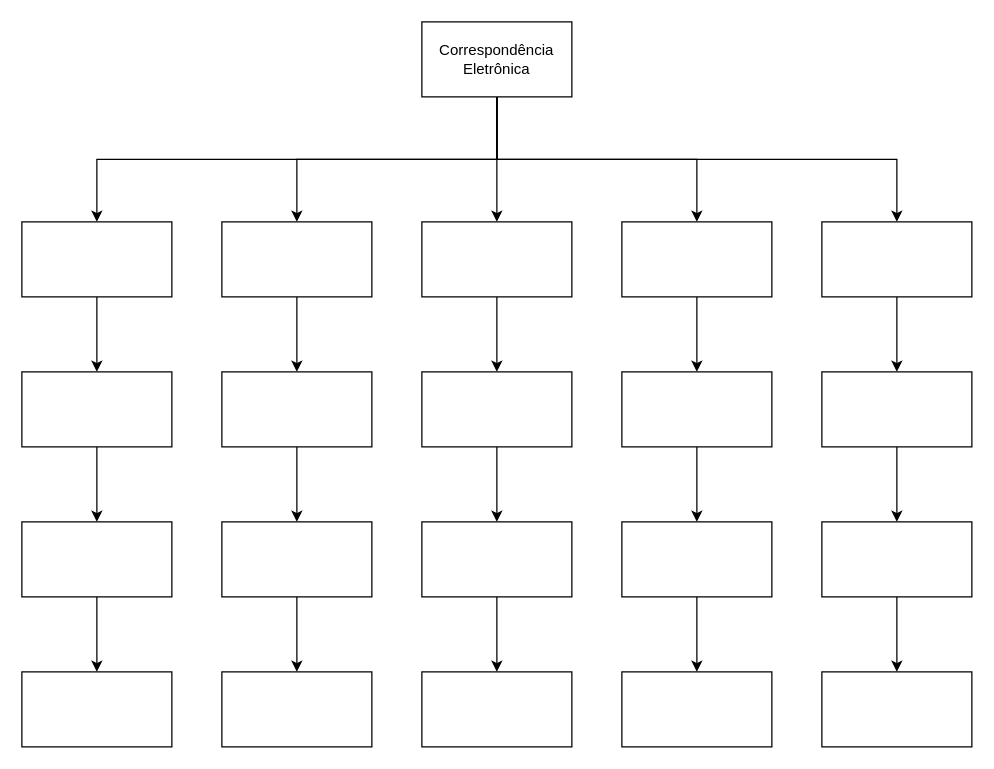
John-The-Fox/4-semestre keeps this draw.io diagram as AVA 01-10-2023.drawio. Above is the earlier version. Source tidied: cells renumbered, new cells numbered last; positions are measured from the earlier drawing's top-left corner, leaving out a move shared by most shapes. Both pictures are drawn from the tidied source at 125%, with x=0, y=0 at pixel (21, 21).
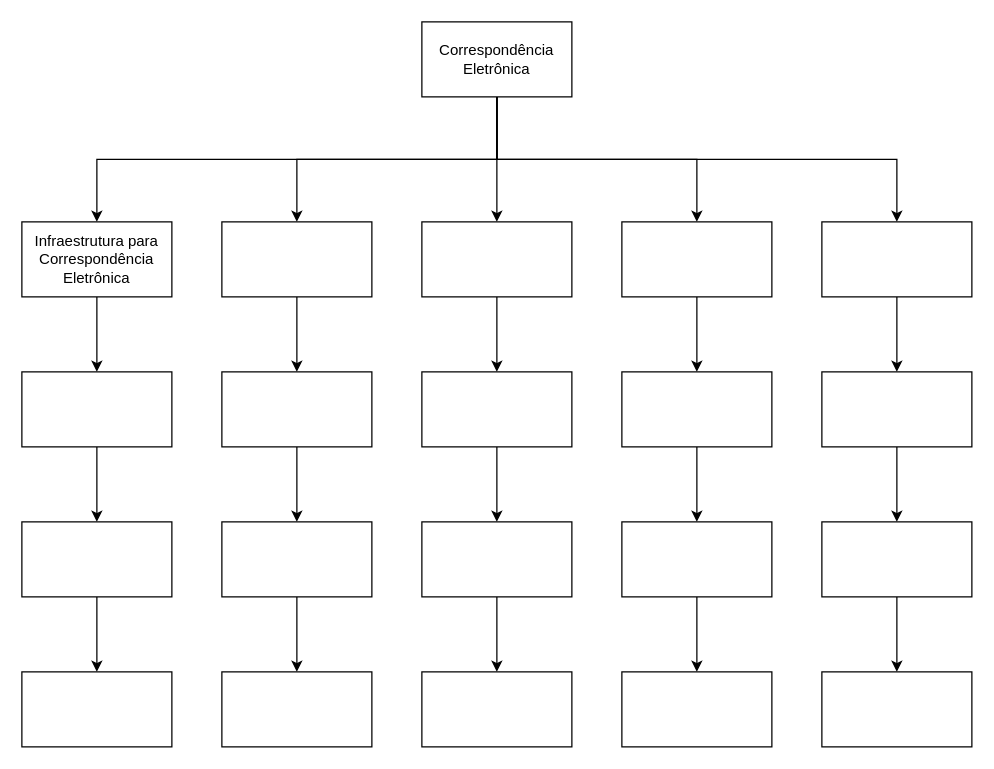
Above is the later version.

What changed in the source:
```diff
@@
-    <mxCell id="15" style="rounded=0;whiteSpace=wrap;html=1;" parent="1" vertex="1">
+    <mxCell id="15" value="Infraestrutura para Correspondência Eletrônica" style="rounded=0;whiteSpace=wrap;html=1;" parent="1" vertex="1">
       <mxGeometry y="160" width="120" height="60" as="geometry" />
     </mxCell>
```
